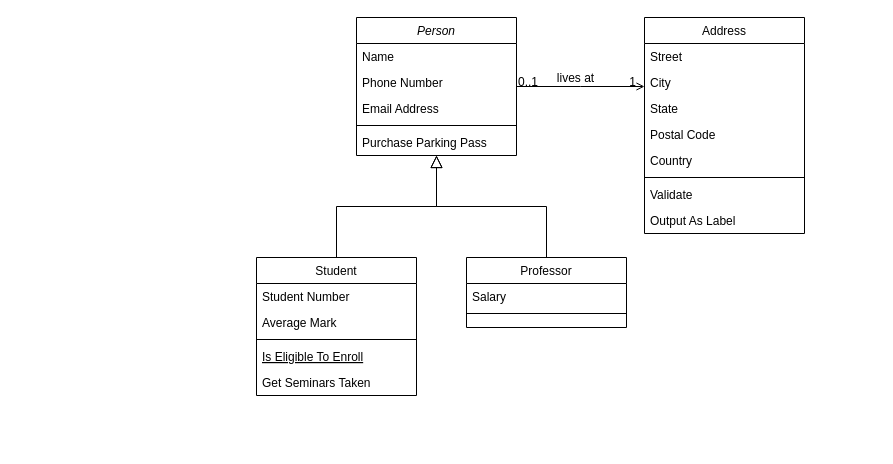
This is Untitled Diagram.drawio from shrncr/printhub, a draw.io file, before an edit. Source tidied: cells renumbered, new cells numbered last; positions are measured from the earlier drawing's top-left corner, leaving out a move shared by most shapes. Both pictures are drawn from the tidied source at 100%, with x=0, y=0 at pixel (256, 17).
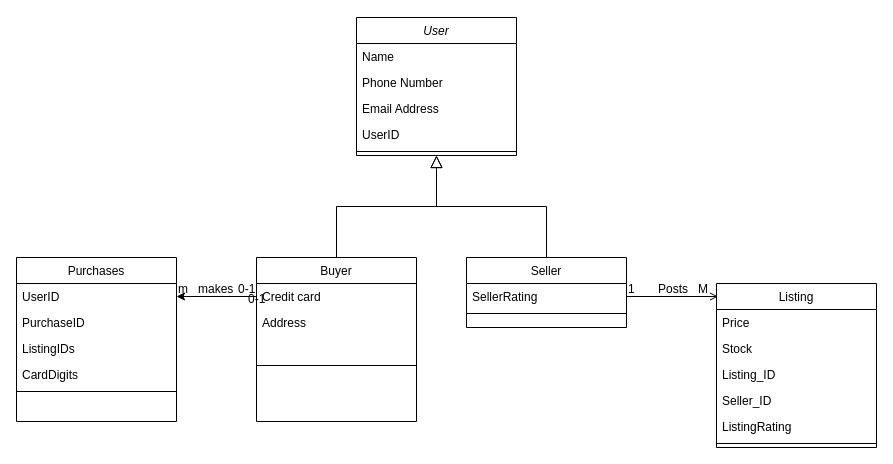
The same page after the edit.

Change to the diagram source:
```diff
@@
-    <mxCell id="2" value="Person" style="swimlane;fontStyle=2;align=center;verticalAlign=top;horizontal=1;startSize=26;rounded=0;shadow=0;strokeWidth=1;" parent="1" vertex="1">
+    <mxCell id="2" value="User" style="swimlane;fontStyle=2;align=center;verticalAlign=top;horizontal=1;startSize=26;rounded=0;shadow=0;strokeWidth=1;" parent="1" vertex="1">
       <mxGeometry x="100" width="160" height="138" as="geometry" />
     </mxCell>
@@
+    <mxCell id="32" value="UserID" style="text;align=left;verticalAlign=top;spacingLeft=4;spacingRight=4;overflow=hidden;rounded=0;shadow=0;html=0;" parent="2" vertex="1">
+      <mxGeometry y="104" width="160" height="26" as="geometry" />
+    </mxCell>
     <mxCell id="6" style="line;html=1;strokeWidth=1;align=left;verticalAlign=middle;spacingTop=-1;spacingLeft=3;spacingRight=3;labelPosition=right;" parent="2" vertex="1">
-      <mxGeometry y="104" width="160" height="8" as="geometry" />
+      <mxGeometry y="130" width="160" height="8" as="geometry" />
     </mxCell>
-    <mxCell id="7" value="Purchase Parking Pass" style="text;align=left;verticalAlign=top;spacingLeft=4;spacingRight=4;overflow=hidden;" parent="2" vertex="1">
-      <mxGeometry y="112" width="160" height="26" as="geometry" />
-    </mxCell>
-    <mxCell id="8" value="Student" style="swimlane;fontStyle=0;align=center;verticalAlign=top;horizontal=1;startSize=26;rounded=0;shadow=0;strokeWidth=1;" parent="1" vertex="1">
-      <mxGeometry y="240" width="160" height="138" as="geometry" />
+    <mxCell id="8" value="Buyer" style="swimlane;fontStyle=0;align=center;verticalAlign=top;horizontal=1;startSize=26;rounded=0;shadow=0;strokeWidth=1;" parent="1" vertex="1">
+      <mxGeometry y="240" width="160" height="164" as="geometry" />
     </mxCell>
-    <mxCell id="9" value="Student Number" style="text;align=left;verticalAlign=top;spacingLeft=4;spacingRight=4;overflow=hidden;points=[[0,0.5],[1,0.5]];portConstraint=eastwest;" parent="8" vertex="1">
+    <mxCell id="9" value="Credit card" style="text;align=left;verticalAlign=top;spacingLeft=4;spacingRight=4;overflow=hidden;points=[[0,0.5],[1,0.5]];portConstraint=eastwest;" parent="8" vertex="1">
       <mxGeometry y="26" width="160" height="26" as="geometry" />
     </mxCell>
+    <mxCell id="33" value="Address" style="text;align=left;verticalAlign=top;spacingLeft=4;spacingRight=4;overflow=hidden;" parent="8" vertex="1">
+      <mxGeometry y="52" width="160" height="26" as="geometry" />
+    </mxCell>
-    <mxCell id="10" value="Average Mark" style="text;align=left;verticalAlign=top;spacingLeft=4;spacingRight=4;overflow=hidden;rounded=0;shadow=0;html=0;" parent="8" vertex="1">
-      <mxGeometry y="52" width="160" height="26" as="geometry" />
+    <mxCell id="10" value=" " style="text;align=left;verticalAlign=top;spacingLeft=4;spacingRight=4;overflow=hidden;rounded=0;shadow=0;html=0;" parent="8" vertex="1">
+      <mxGeometry y="78" width="160" height="26" as="geometry" />
     </mxCell>
     <mxCell id="11" style="line;html=1;strokeWidth=1;align=left;verticalAlign=middle;spacingTop=-1;spacingLeft=3;spacingRight=3;labelPosition=right;" parent="8" vertex="1">
-      <mxGeometry y="78" width="160" height="8" as="geometry" />
+      <mxGeometry y="104" width="160" height="8" as="geometry" />
     </mxCell>
-    <mxCell id="12" value="Is Eligible To Enroll" style="text;align=left;verticalAlign=top;spacingLeft=4;spacingRight=4;overflow=hidden;fontStyle=4;" parent="8" vertex="1">
-      <mxGeometry y="86" width="160" height="26" as="geometry" />
-    </mxCell>
-    <mxCell id="13" value="Get Seminars Taken" style="text;align=left;verticalAlign=top;spacingLeft=4;spacingRight=4;overflow=hidden;" parent="8" vertex="1">
-      <mxGeometry y="112" width="160" height="26" as="geometry" />
-    </mxCell>
@@
-    <mxCell id="15" value="Professor" style="swimlane;fontStyle=0;align=center;verticalAlign=top;horizontal=1;startSize=26;rounded=0;shadow=0;strokeWidth=1;" parent="1" vertex="1">
+    <mxCell id="15" value="Seller" style="swimlane;fontStyle=0;align=center;verticalAlign=top;horizontal=1;startSize=26;rounded=0;shadow=0;strokeWidth=1;" parent="1" vertex="1">
       <mxGeometry x="210" y="240" width="160" height="70" as="geometry" />
     </mxCell>
-    <mxCell id="16" value="Salary" style="text;align=left;verticalAlign=top;spacingLeft=4;spacingRight=4;overflow=hidden;points=[[0,0.5],[1,0.5]];portConstraint=eastwest;" parent="15" vertex="1">
+    <mxCell id="16" value="SellerRating" style="text;align=left;verticalAlign=top;spacingLeft=4;spacingRight=4;overflow=hidden;points=[[0,0.5],[1,0.5]];portConstraint=eastwest;" parent="15" vertex="1">
       <mxGeometry y="26" width="160" height="26" as="geometry" />
     </mxCell>
@@
-    <mxCell id="19" value="Address" style="swimlane;fontStyle=0;align=center;verticalAlign=top;horizontal=1;startSize=26;rounded=0;shadow=0;strokeWidth=1;" parent="1" vertex="1">
-      <mxGeometry x="388" width="160" height="216" as="geometry" />
+    <mxCell id="19" value="Listing" style="swimlane;fontStyle=0;align=center;verticalAlign=top;horizontal=1;startSize=26;rounded=0;shadow=0;strokeWidth=1;" parent="1" vertex="1">
+      <mxGeometry x="460" y="266" width="160" height="164" as="geometry" />
     </mxCell>
-    <mxCell id="20" value="Street" style="text;align=left;verticalAlign=top;spacingLeft=4;spacingRight=4;overflow=hidden;" parent="19" vertex="1">
+    <mxCell id="20" value="Price" style="text;align=left;verticalAlign=top;spacingLeft=4;spacingRight=4;overflow=hidden;" parent="19" vertex="1">
       <mxGeometry y="26" width="160" height="26" as="geometry" />
     </mxCell>
-    <mxCell id="21" value="City" style="text;align=left;verticalAlign=top;spacingLeft=4;spacingRight=4;overflow=hidden;rounded=0;shadow=0;html=0;" parent="19" vertex="1">
+    <mxCell id="21" value="Stock" style="text;align=left;verticalAlign=top;spacingLeft=4;spacingRight=4;overflow=hidden;rounded=0;shadow=0;html=0;" parent="19" vertex="1">
       <mxGeometry y="52" width="160" height="26" as="geometry" />
     </mxCell>
-    <mxCell id="22" value="State" style="text;align=left;verticalAlign=top;spacingLeft=4;spacingRight=4;overflow=hidden;rounded=0;shadow=0;html=0;" parent="19" vertex="1">
+    <mxCell id="22" value="Listing_ID" style="text;align=left;verticalAlign=top;spacingLeft=4;spacingRight=4;overflow=hidden;rounded=0;shadow=0;html=0;" parent="19" vertex="1">
       <mxGeometry y="78" width="160" height="26" as="geometry" />
     </mxCell>
-    <mxCell id="23" value="Postal Code" style="text;align=left;verticalAlign=top;spacingLeft=4;spacingRight=4;overflow=hidden;rounded=0;shadow=0;html=0;" parent="19" vertex="1">
+    <mxCell id="23" value="Seller_ID" style="text;align=left;verticalAlign=top;spacingLeft=4;spacingRight=4;overflow=hidden;rounded=0;shadow=0;html=0;" parent="19" vertex="1">
       <mxGeometry y="104" width="160" height="26" as="geometry" />
     </mxCell>
-    <mxCell id="24" value="Country" style="text;align=left;verticalAlign=top;spacingLeft=4;spacingRight=4;overflow=hidden;rounded=0;shadow=0;html=0;" parent="19" vertex="1">
+    <mxCell id="24" value="ListingRating" style="text;align=left;verticalAlign=top;spacingLeft=4;spacingRight=4;overflow=hidden;rounded=0;shadow=0;html=0;" parent="19" vertex="1">
       <mxGeometry y="130" width="160" height="26" as="geometry" />
     </mxCell>
@@
-    <mxCell id="26" value="Validate" style="text;align=left;verticalAlign=top;spacingLeft=4;spacingRight=4;overflow=hidden;" parent="19" vertex="1">
-      <mxGeometry y="164" width="160" height="26" as="geometry" />
-    </mxCell>
-    <mxCell id="27" value="Output As Label" style="text;align=left;verticalAlign=top;spacingLeft=4;spacingRight=4;overflow=hidden;" parent="19" vertex="1">
-      <mxGeometry y="190" width="160" height="26" as="geometry" />
-    </mxCell>
-    <mxCell id="28" style="endArrow=open;shadow=0;strokeWidth=1;rounded=0;curved=0;endFill=1;edgeStyle=elbowEdgeStyle;elbow=vertical;" parent="1" edge="1" source="2" target="19">
+    <mxCell id="28" style="endArrow=open;shadow=0;strokeWidth=1;rounded=0;curved=0;endFill=1;edgeStyle=elbowEdgeStyle;elbow=vertical;exitX=1;exitY=0.5;exitDx=0;exitDy=0;entryX=0.01;entryY=0.085;entryDx=0;entryDy=0;entryPerimeter=0;" parent="1" edge="1" source="16" target="19">
       <mxGeometry x="0.5" y="41" relative="1" as="geometry">
         <mxPoint x="-40" y="32" as="offset" />
       </mxGeometry>
     </mxCell>
-    <mxCell id="29" value="0..1" style="align=left;verticalAlign=bottom;labelBackgroundColor=none;fontSize=12;" parent="28" vertex="1">
+    <mxCell id="29" value="1" style="align=left;verticalAlign=bottom;labelBackgroundColor=none;fontSize=12;" parent="28" vertex="1">
       <mxGeometry x="-1" relative="1" as="geometry">
-        <mxPoint y="4" as="offset" />
+        <mxPoint y="1" as="offset" />
       </mxGeometry>
     </mxCell>
-    <mxCell id="30" value="1" style="align=right;verticalAlign=bottom;labelBackgroundColor=none;fontSize=12;" parent="28" vertex="1">
-      <mxGeometry x="1" relative="1" as="geometry">
-        <mxPoint x="-7" y="4" as="offset" />
-      </mxGeometry>
-    </mxCell>
-    <mxCell id="31" value="lives at" style="text;html=1;align=center;verticalAlign=middle;labelBackgroundColor=none;rounded=0;shadow=0;strokeWidth=1;fontSize=12;" parent="28" vertex="1">
-      <mxGeometry x="0.5" y="49" relative="1" as="geometry">
-        <mxPoint x="-38" y="40" as="offset" />
-      </mxGeometry>
-    </mxCell>
+    <mxCell id="34" value="M" style="align=left;verticalAlign=bottom;labelBackgroundColor=none;fontSize=12;" parent="28" vertex="1">
+      <mxGeometry x="-1" relative="1" as="geometry">
+        <mxPoint x="70" y="1" as="offset" />
+      </mxGeometry>
+    </mxCell>
+    <mxCell id="35" value="Posts" style="align=left;verticalAlign=bottom;labelBackgroundColor=none;fontSize=12;" parent="28" vertex="1">
+      <mxGeometry x="-1" relative="1" as="geometry">
+        <mxPoint x="30" y="1" as="offset" />
+      </mxGeometry>
+    </mxCell>
+    <mxCell id="36" value="0-1" style="align=left;verticalAlign=bottom;labelBackgroundColor=none;fontSize=12;" parent="28" vertex="1">
+      <mxGeometry x="-1" relative="1" as="geometry">
+        <mxPoint x="-390" y="1" as="offset" />
+      </mxGeometry>
+    </mxCell>
+    <mxCell id="37" value="0-1" style="align=left;verticalAlign=bottom;labelBackgroundColor=none;fontSize=12;" parent="28" vertex="1">
+      <mxGeometry x="-1" relative="1" as="geometry">
+        <mxPoint x="-380" y="11" as="offset" />
+      </mxGeometry>
+    </mxCell>
+    <mxCell id="38" value="m" style="align=left;verticalAlign=bottom;labelBackgroundColor=none;fontSize=12;" parent="28" vertex="1">
+      <mxGeometry x="-1" relative="1" as="geometry">
+        <mxPoint x="-450" y="1" as="offset" />
+      </mxGeometry>
+    </mxCell>
+    <mxCell id="39" value="makes" style="align=left;verticalAlign=bottom;labelBackgroundColor=none;fontSize=12;" parent="28" vertex="1">
+      <mxGeometry x="-1" relative="1" as="geometry">
+        <mxPoint x="-430" y="1" as="offset" />
+      </mxGeometry>
+    </mxCell>
+    <mxCell id="40" value="Purchases" style="swimlane;fontStyle=0;align=center;verticalAlign=top;horizontal=1;startSize=26;rounded=0;shadow=0;strokeWidth=1;" parent="1" vertex="1">
+      <mxGeometry x="-240" y="240" width="160" height="164" as="geometry" />
+    </mxCell>
+    <mxCell id="41" value="UserID" style="text;align=left;verticalAlign=top;spacingLeft=4;spacingRight=4;overflow=hidden;points=[[0,0.5],[1,0.5]];portConstraint=eastwest;rounded=0;shadow=0;html=0;" parent="40" vertex="1">
+      <mxGeometry y="26" width="160" height="26" as="geometry" />
+    </mxCell>
+    <mxCell id="42" value="PurchaseID" style="text;align=left;verticalAlign=top;spacingLeft=4;spacingRight=4;overflow=hidden;rounded=0;shadow=0;html=0;" parent="40" vertex="1">
+      <mxGeometry y="52" width="160" height="26" as="geometry" />
+    </mxCell>
+    <mxCell id="43" value="ListingIDs" style="text;align=left;verticalAlign=top;spacingLeft=4;spacingRight=4;overflow=hidden;rounded=0;shadow=0;html=0;" parent="40" vertex="1">
+      <mxGeometry y="78" width="160" height="26" as="geometry" />
+    </mxCell>
+    <mxCell id="44" value="CardDigits" style="text;align=left;verticalAlign=top;spacingLeft=4;spacingRight=4;overflow=hidden;rounded=0;shadow=0;html=0;" parent="40" vertex="1">
+      <mxGeometry y="104" width="160" height="26" as="geometry" />
+    </mxCell>
+    <mxCell id="45" style="line;html=1;strokeWidth=1;align=left;verticalAlign=middle;spacingTop=-1;spacingLeft=3;spacingRight=3;labelPosition=right;" parent="40" vertex="1">
+      <mxGeometry y="130" width="160" height="8" as="geometry" />
+    </mxCell>
+    <mxCell id="46" style="edgeStyle=orthogonalEdgeStyle;rounded=0;jettySize=auto;html=1;exitX=0;exitY=0.5;exitDx=0;exitDy=0;entryX=1;entryY=0.5;entryDx=0;entryDy=0;" parent="1" edge="1" source="9" target="41">
+      <mxGeometry relative="1" as="geometry" />
+    </mxCell>
```
